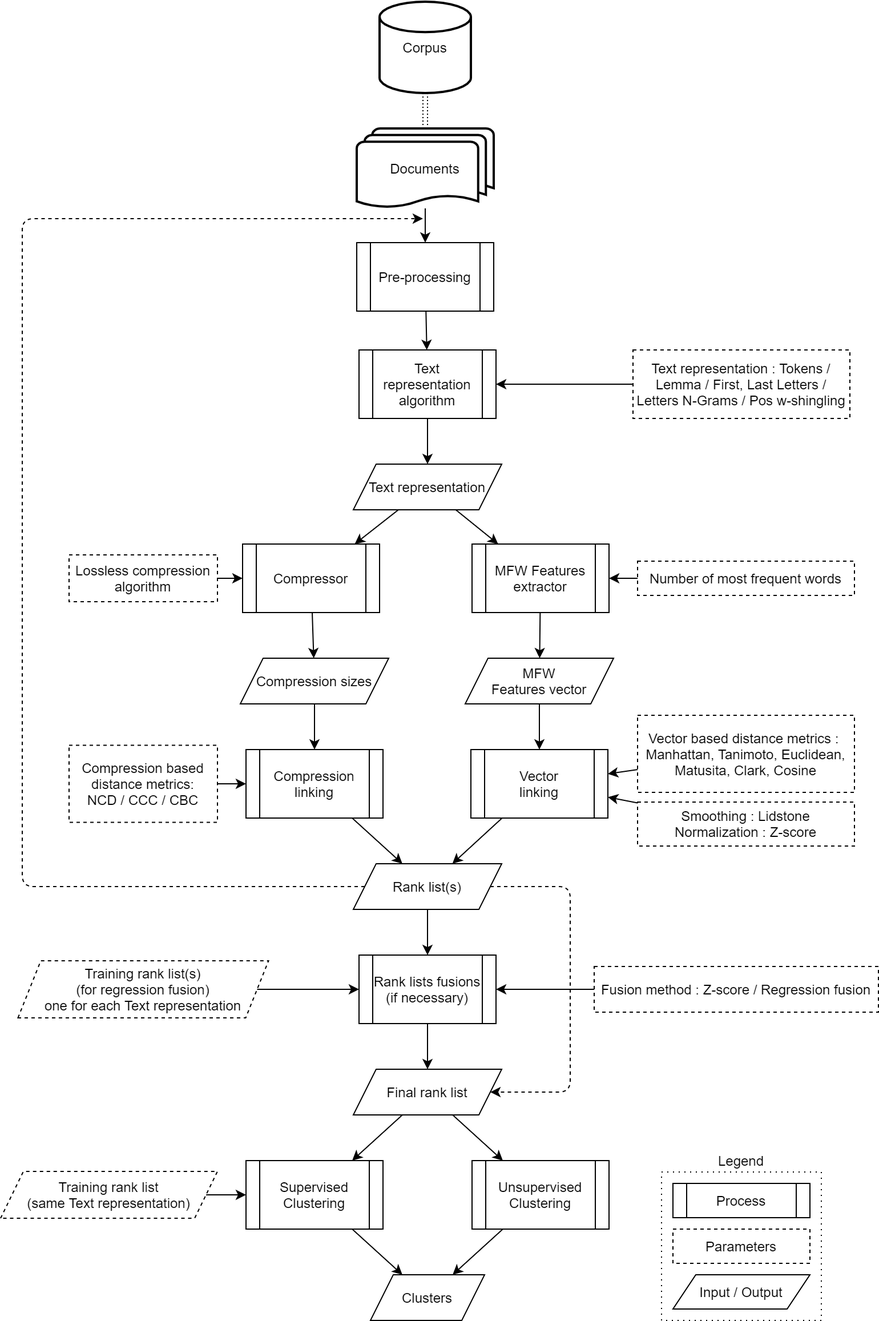
TheRaphael0000/master_thesis keeps this draw.io diagram as report/img/pipeline.png. Above is the earlier version. Source tidied: cells renumbered, new cells last; positions are measured from the earlier drawing's top-left corner, leaving out a move shared by most shapes.
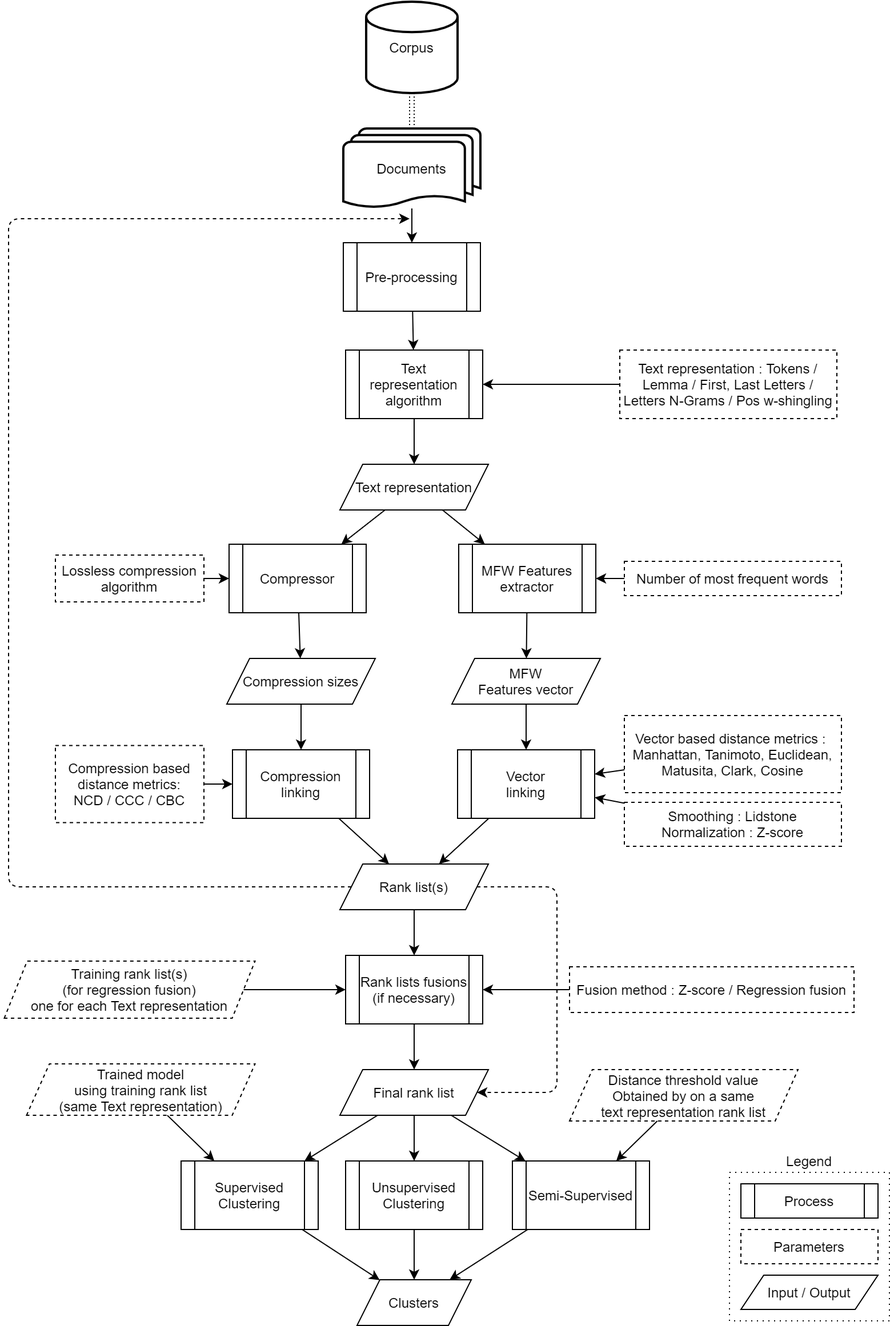
Above is the later version.

Diff of the diagram source:
```diff
@@ -3,7 +3,7 @@
     <mxCell id="0" />
     <mxCell id="1" parent="0" />
     <mxCell id="2" value="Unsupervised Clustering" style="shape=process;whiteSpace=wrap;html=1;backgroundOutline=1;" parent="1" vertex="1">
-      <mxGeometry x="413" y="1015" width="120" height="60" as="geometry" />
+      <mxGeometry x="314" y="1015" width="120" height="60" as="geometry" />
     </mxCell>
     <mxCell id="3" value="Documents" style="strokeWidth=2;html=1;shape=mxgraph.flowchart.multi-document;whiteSpace=wrap;" parent="1" vertex="1">
       <mxGeometry x="312" y="111" width="120" height="70" as="geometry" />
@@ -15,7 +15,7 @@
       <mxGeometry x="309" y="755" width="130" height="40" as="geometry" />
     </mxCell>
     <mxCell id="6" value="&lt;span&gt;Clusters&lt;/span&gt;" style="shape=parallelogram;perimeter=parallelogramPerimeter;whiteSpace=wrap;html=1;fixedSize=1;" parent="1" vertex="1">
-      <mxGeometry x="324" y="1115" width="100" height="40" as="geometry" />
+      <mxGeometry x="324" y="1119" width="100" height="40" as="geometry" />
     </mxCell>
     <mxCell id="7" value="MFW&lt;br&gt;Features vector" style="shape=parallelogram;perimeter=parallelogramPerimeter;whiteSpace=wrap;html=1;fixedSize=1;" parent="1" vertex="1">
       <mxGeometry x="407" y="575" width="130" height="40" as="geometry" />
@@ -107,13 +107,13 @@
       </mxGeometry>
     </mxCell>
     <mxCell id="35" value="Fusion method : Z-score /&amp;nbsp;Regression fusion" style="text;html=1;fillColor=none;align=center;verticalAlign=middle;whiteSpace=wrap;rounded=0;dashed=1;strokeColor=#000000;" parent="1" vertex="1">
-      <mxGeometry x="520" y="845" width="249" height="40" as="geometry" />
+      <mxGeometry x="510" y="845" width="249" height="40" as="geometry" />
     </mxCell>
     <mxCell id="36" style="endArrow=classic;html=1;" parent="1" edge="1" source="35" target="9">
       <mxGeometry x="48" y="295" as="geometry" />
     </mxCell>
     <mxCell id="37" value="Supervised Clustering" style="shape=process;whiteSpace=wrap;html=1;backgroundOutline=1;" parent="1" vertex="1">
-      <mxGeometry x="215" y="1015" width="120" height="60" as="geometry" />
+      <mxGeometry x="170" y="1015" width="120" height="60" as="geometry" />
     </mxCell>
     <mxCell id="38" style="endArrow=classic;html=1;" parent="1" edge="1" source="37" target="6">
       <mxGeometry x="48" y="295" as="geometry" />
@@ -122,10 +122,10 @@
       <mxGeometry x="48" y="295" as="geometry" />
     </mxCell>
     <mxCell id="40" style="endArrow=classic;html=1;" parent="1" edge="1" source="41" target="37">
-      <mxGeometry x="48" y="295" as="geometry" />
+      <mxGeometry x="27" y="295" as="geometry" />
     </mxCell>
-    <mxCell id="41" value="&lt;span&gt;Training rank list&lt;br&gt;(same Text representation)&lt;br&gt;&lt;/span&gt;" style="shape=parallelogram;perimeter=parallelogramPerimeter;whiteSpace=wrap;html=1;fixedSize=1;dashed=1;" parent="1" vertex="1">
-      <mxGeometry y="1024.5" width="190" height="41" as="geometry" />
+    <mxCell id="41" value="&lt;span&gt;Trained model&lt;br&gt;using training rank list&lt;br&gt;(same Text representation)&lt;br&gt;&lt;/span&gt;" style="shape=parallelogram;perimeter=parallelogramPerimeter;whiteSpace=wrap;html=1;fixedSize=1;dashed=1;" parent="1" vertex="1">
+      <mxGeometry x="34.8" y="930" width="200" height="45" as="geometry" />
     </mxCell>
     <mxCell id="42" value="Smoothing : Lidstone&lt;br&gt;Normalization : Z-score" style="text;html=1;fillColor=none;align=center;verticalAlign=middle;whiteSpace=wrap;rounded=0;dashed=1;strokeColor=#000000;" parent="1" vertex="1">
       <mxGeometry x="558" y="701" width="190" height="38.5" as="geometry" />
@@ -141,7 +141,7 @@
       </mxGeometry>
     </mxCell>
     <mxCell id="45" style="group;" parent="1" vertex="1">
-      <mxGeometry x="579" y="1025" width="140" height="130" as="geometry" />
+      <mxGeometry x="650" y="1025" width="140" height="130" as="geometry" />
     </mxCell>
     <mxCell id="46" value="Legend" style="rounded=0;whiteSpace=wrap;html=1;dashed=1;fontSize=12;align=center;fillColor=none;dashPattern=1 4;verticalAlign=bottom;labelPosition=center;verticalLabelPosition=top;" parent="45" vertex="1">
       <mxGeometry width="140" height="130" as="geometry" />
@@ -191,5 +191,20 @@
     <mxCell id="61" style="endArrow=classic;html=1;" parent="1" edge="1" source="59" target="51">
       <mxGeometry relative="1" as="geometry" />
     </mxCell>
+    <mxCell id="62" value="Semi-Supervised" style="shape=process;whiteSpace=wrap;html=1;backgroundOutline=1;" parent="1" vertex="1">
+      <mxGeometry x="460" y="1015" width="120" height="60" as="geometry" />
+    </mxCell>
+    <mxCell id="63" style="endArrow=classic;html=1;" parent="1" edge="1" source="10" target="62">
+      <mxGeometry x="58" y="305" as="geometry" />
+    </mxCell>
+    <mxCell id="64" style="endArrow=classic;html=1;" parent="1" edge="1" source="62" target="6">
+      <mxGeometry x="68" y="315" as="geometry" />
+    </mxCell>
+    <mxCell id="65" value="&lt;span&gt;Distance threshold value&lt;br&gt;Obtained by on a same&lt;br&gt;text representation rank list&lt;br&gt;&lt;/span&gt;" style="shape=parallelogram;perimeter=parallelogramPerimeter;whiteSpace=wrap;html=1;fixedSize=1;dashed=1;" parent="1" vertex="1">
+      <mxGeometry x="510" y="935" width="200" height="45" as="geometry" />
+    </mxCell>
+    <mxCell id="66" style="endArrow=classic;html=1;" parent="1" edge="1" source="65" target="62">
+      <mxGeometry relative="1" as="geometry" />
+    </mxCell>
   </root>
 </mxGraphModel>
```
